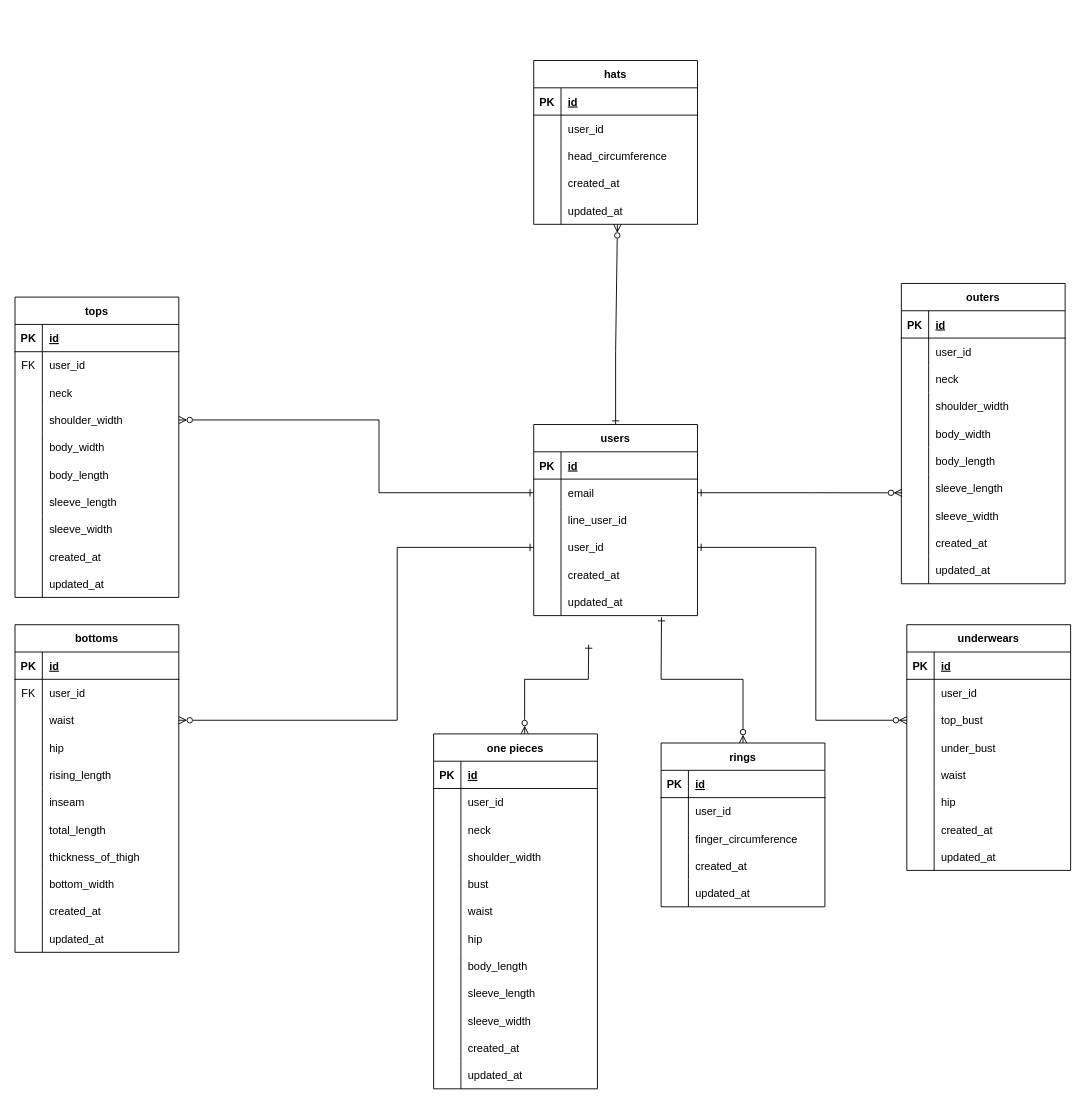
This is net_shopping.drawio from suzuki-yuka-27/net_shopping_size, a draw.io file, before an edit. Source tidied: cells renumbered, new cells numbered last; positions are measured from the earlier drawing's top-left corner, leaving out a move shared by most shapes. Both pictures are drawn from the tidied source at 91%, with x=0, y=0 at pixel (15, 60).
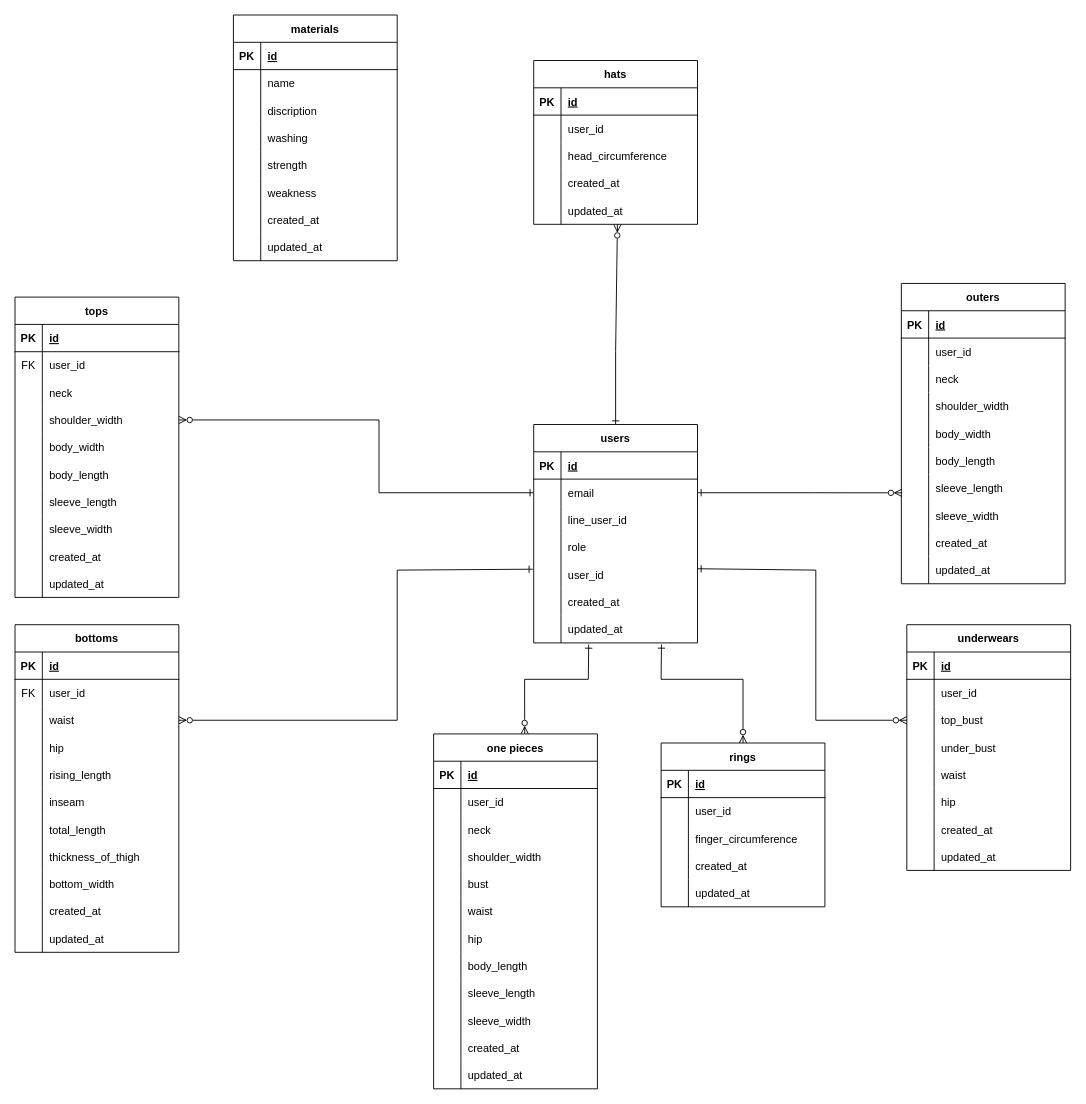
After the change.

Commit message:
net_shopping.drawio を更新します

Unchanged cells that the change refers to:
```xml
<mxCell id="59" style="shape=tableRow;horizontal=0;startSize=0;swimlaneHead=0;swimlaneBody=0;fillColor=none;points=[[0,0.5],[1,0.5]];portConstraint=eastwest;top=0;left=0;right=0;bottom=0;rounded=0;shadow=0;glass=0;sketch=0;" parent="52" vertex="1">
  <mxGeometry y="90" width="180" height="30" as="geometry" />
</mxCell>
<mxCell id="179" style="shape=tableRow;horizontal=0;startSize=0;swimlaneHead=0;swimlaneBody=0;fillColor=none;points=[[0,0.5],[1,0.5]];portConstraint=eastwest;top=0;left=0;right=0;bottom=0;rounded=0;shadow=0;glass=0;sketch=0;strokeWidth=1;" parent="172" vertex="1">
  <mxGeometry y="90" width="180" height="30" as="geometry" />
</mxCell>
```

Diff of the diagram source:
```diff
@@
     <mxCell id="2" value="users" style="shape=table;startSize=30;childLayout=tableLayout;rowLines=0;fontStyle=1;align=center;rounded=0;shadow=0;glass=0;sketch=0;gradientColor=none;" parent="1" vertex="1">
-      <mxGeometry x="570" y="400" width="180" height="210" as="geometry" />
+      <mxGeometry x="570" y="400" width="180" height="240" as="geometry" />
     </mxCell>
@@
+    <mxCell id="218" style="shape=tableRow;horizontal=0;startSize=0;swimlaneHead=0;swimlaneBody=0;fillColor=none;top=0;left=0;right=0;bottom=0;rounded=0;shadow=0;glass=0;sketch=0;strokeWidth=1;" parent="2" vertex="1">
+      <mxGeometry y="120" width="180" height="30" as="geometry" />
+    </mxCell>
+    <mxCell id="219" style="shape=partialRectangle;fillColor=none;top=0;left=0;bottom=0;right=0;overflow=hidden;rounded=0;shadow=0;glass=0;sketch=0;strokeWidth=1;" parent="218" vertex="1">
+      <mxGeometry width="30" height="30" as="geometry" />
+    </mxCell>
+    <mxCell id="220" value="role" style="shape=partialRectangle;fillColor=none;top=0;left=0;bottom=0;right=0;align=left;spacingLeft=6;overflow=hidden;rounded=0;shadow=0;glass=0;sketch=0;strokeWidth=1;" parent="218" vertex="1">
+      <mxGeometry x="30" width="150" height="30" as="geometry" />
+    </mxCell>
     <mxCell id="12" style="shape=tableRow;horizontal=0;startSize=0;swimlaneHead=0;swimlaneBody=0;fillColor=none;points=[[0,0.5],[1,0.5]];portConstraint=eastwest;top=0;left=0;right=0;bottom=0;rounded=0;shadow=0;glass=0;sketch=0;strokeWidth=1;" parent="2" vertex="1">
-      <mxGeometry y="120" width="180" height="30" as="geometry" />
+      <mxGeometry y="150" width="180" height="30" as="geometry" />
     </mxCell>
@@
     <mxCell id="15" style="shape=tableRow;horizontal=0;startSize=0;swimlaneHead=0;swimlaneBody=0;fillColor=none;top=0;left=0;right=0;bottom=0;rounded=0;shadow=0;glass=0;sketch=0;strokeWidth=1;" parent="2" vertex="1">
-      <mxGeometry y="150" width="180" height="30" as="geometry" />
+      <mxGeometry y="180" width="180" height="30" as="geometry" />
     </mxCell>
@@
     <mxCell id="18" style="shape=tableRow;horizontal=0;startSize=0;swimlaneHead=0;swimlaneBody=0;fillColor=none;points=[[0,0.5],[1,0.5]];portConstraint=eastwest;top=0;left=0;right=0;bottom=0;rounded=0;shadow=0;glass=0;sketch=0;strokeWidth=1;" parent="2" vertex="1">
-      <mxGeometry y="180" width="180" height="30" as="geometry" />
+      <mxGeometry y="210" width="180" height="30" as="geometry" />
     </mxCell>
@@
-    <mxCell id="87" style="endArrow=ERone;startArrow=ERzeroToMany;html=1;rounded=0;exitX=1;exitY=0.5;exitDx=0;exitDy=0;entryX=0;entryY=0.5;entryDx=0;entryDy=0;startFill=0;endFill=0;" parent="1" edge="1" source="59" target="12">
+    <mxCell id="87" style="endArrow=ERone;startArrow=ERzeroToMany;html=1;rounded=0;exitX=1;exitY=0.5;exitDx=0;exitDy=0;startFill=0;endFill=0;entryX=-0.006;entryY=0.3;entryDx=0;entryDy=0;entryPerimeter=0;" parent="1" edge="1" source="59" target="12">
       <mxGeometry relative="1" as="geometry">
         <Array as="points">
           <mxPoint x="420" y="725" />
-          <mxPoint x="420" y="535" />
+          <mxPoint x="420" y="560" />
         </Array>
       </mxGeometry>
     </mxCell>
@@
-    <mxCell id="216" style="endArrow=ERzeroToMany;startArrow=ERone;html=1;rounded=0;entryX=0;entryY=0.5;entryDx=0;entryDy=0;exitX=1;exitY=0.5;exitDx=0;exitDy=0;startFill=0;endFill=0;" parent="1" edge="1" source="12" target="179">
+    <mxCell id="216" style="endArrow=ERzeroToMany;startArrow=ERone;html=1;rounded=0;entryX=0;entryY=0.5;entryDx=0;entryDy=0;exitX=1;exitY=0.283;exitDx=0;exitDy=0;startFill=0;endFill=0;exitPerimeter=0;" parent="1" edge="1" source="12" target="179">
       <mxGeometry relative="1" as="geometry">
         <Array as="points">
-          <mxPoint x="880" y="535" />
+          <mxPoint x="880" y="560" />
           <mxPoint x="880" y="725" />
         </Array>
       </mxGeometry>
     </mxCell>
@@
+    <mxCell id="221" value="materials" style="shape=table;startSize=30;childLayout=tableLayout;rowLines=0;fontStyle=1;align=center;rounded=0;shadow=0;glass=0;sketch=0;gradientColor=none;" parent="1" vertex="1">
+      <mxGeometry x="240" y="-50" width="180" height="270" as="geometry" />
+    </mxCell>
+    <mxCell id="222" style="shape=tableRow;horizontal=0;startSize=0;swimlaneHead=0;swimlaneBody=0;fillColor=none;top=0;left=0;right=0;bottom=1;rounded=0;shadow=0;glass=0;sketch=0;" parent="221" vertex="1">
+      <mxGeometry y="30" width="180" height="30" as="geometry" />
+    </mxCell>
+    <mxCell id="223" value="PK" style="shape=partialRectangle;fillColor=none;top=0;left=0;bottom=0;right=0;fontStyle=1;overflow=hidden;rounded=0;shadow=0;glass=0;sketch=0;" parent="222" vertex="1">
+      <mxGeometry width="30" height="30" as="geometry" />
+    </mxCell>
+    <mxCell id="224" value="id" style="shape=partialRectangle;fillColor=none;top=0;left=0;bottom=0;right=0;align=left;spacingLeft=6;fontStyle=5;overflow=hidden;rounded=0;shadow=0;glass=0;sketch=0;" parent="222" vertex="1">
+      <mxGeometry x="30" width="150" height="30" as="geometry" />
+    </mxCell>
+    <mxCell id="225" style="shape=tableRow;horizontal=0;startSize=0;swimlaneHead=0;swimlaneBody=0;fillColor=none;top=0;left=0;right=0;bottom=0;rounded=0;shadow=0;glass=0;sketch=0;" parent="221" vertex="1">
+      <mxGeometry y="60" width="180" height="30" as="geometry" />
+    </mxCell>
+    <mxCell id="226" style="shape=partialRectangle;fillColor=none;top=0;left=0;bottom=0;right=0;overflow=hidden;rounded=0;shadow=0;glass=0;sketch=0;strokeColor=none;strokeWidth=1;" parent="225" vertex="1">
+      <mxGeometry width="30" height="30" as="geometry" />
+    </mxCell>
+    <mxCell id="227" value="name" style="shape=partialRectangle;fillColor=none;top=0;left=0;bottom=0;right=0;align=left;spacingLeft=6;overflow=hidden;rounded=0;shadow=0;glass=0;sketch=0;" parent="225" vertex="1">
+      <mxGeometry x="30" width="150" height="30" as="geometry" />
+    </mxCell>
+    <mxCell id="228" style="shape=tableRow;horizontal=0;startSize=0;swimlaneHead=0;swimlaneBody=0;fillColor=none;top=0;left=0;right=0;bottom=0;rounded=0;shadow=0;glass=0;sketch=0;" parent="221" vertex="1">
+      <mxGeometry y="90" width="180" height="30" as="geometry" />
+    </mxCell>
+    <mxCell id="229" style="shape=partialRectangle;fillColor=none;top=0;left=0;bottom=0;right=0;overflow=hidden;rounded=0;shadow=0;glass=0;sketch=0;" parent="228" vertex="1">
+      <mxGeometry width="30" height="30" as="geometry" />
+    </mxCell>
+    <mxCell id="230" value="discription" style="shape=partialRectangle;fillColor=none;top=0;left=0;bottom=0;right=0;align=left;spacingLeft=6;overflow=hidden;rounded=0;shadow=0;glass=0;sketch=0;" parent="228" vertex="1">
+      <mxGeometry x="30" width="150" height="30" as="geometry" />
+    </mxCell>
+    <mxCell id="231" style="shape=tableRow;horizontal=0;startSize=0;swimlaneHead=0;swimlaneBody=0;fillColor=none;top=0;left=0;right=0;bottom=0;rounded=0;shadow=0;glass=0;sketch=0;strokeWidth=1;" parent="221" vertex="1">
+      <mxGeometry y="120" width="180" height="30" as="geometry" />
+    </mxCell>
+    <mxCell id="232" style="shape=partialRectangle;fillColor=none;top=0;left=0;bottom=0;right=0;overflow=hidden;rounded=0;shadow=0;glass=0;sketch=0;strokeWidth=1;" parent="231" vertex="1">
+      <mxGeometry width="30" height="30" as="geometry" />
+    </mxCell>
+    <mxCell id="233" value="washing" style="shape=partialRectangle;fillColor=none;top=0;left=0;bottom=0;right=0;align=left;spacingLeft=6;overflow=hidden;rounded=0;shadow=0;glass=0;sketch=0;strokeWidth=1;" parent="231" vertex="1">
+      <mxGeometry x="30" width="150" height="30" as="geometry" />
+    </mxCell>
+    <mxCell id="234" style="shape=tableRow;horizontal=0;startSize=0;swimlaneHead=0;swimlaneBody=0;fillColor=none;top=0;left=0;right=0;bottom=0;rounded=0;shadow=0;glass=0;sketch=0;strokeWidth=1;" parent="221" vertex="1">
+      <mxGeometry y="150" width="180" height="30" as="geometry" />
+    </mxCell>
+    <mxCell id="235" style="shape=partialRectangle;fillColor=none;top=0;left=0;bottom=0;right=0;overflow=hidden;rounded=0;shadow=0;glass=0;sketch=0;strokeWidth=1;" parent="234" vertex="1">
+      <mxGeometry width="30" height="30" as="geometry" />
+    </mxCell>
+    <mxCell id="236" value="strength" style="shape=partialRectangle;fillColor=none;top=0;left=0;bottom=0;right=0;align=left;spacingLeft=6;overflow=hidden;rounded=0;shadow=0;glass=0;sketch=0;strokeWidth=1;" parent="234" vertex="1">
+      <mxGeometry x="30" width="150" height="30" as="geometry" />
+    </mxCell>
+    <mxCell id="237" style="shape=tableRow;horizontal=0;startSize=0;swimlaneHead=0;swimlaneBody=0;fillColor=none;top=0;left=0;right=0;bottom=0;rounded=0;shadow=0;glass=0;sketch=0;strokeWidth=1;" parent="221" vertex="1">
+      <mxGeometry y="180" width="180" height="30" as="geometry" />
+    </mxCell>
+    <mxCell id="238" style="shape=partialRectangle;fillColor=none;top=0;left=0;bottom=0;right=0;overflow=hidden;rounded=0;shadow=0;glass=0;sketch=0;strokeWidth=1;" parent="237" vertex="1">
+      <mxGeometry width="30" height="30" as="geometry" />
+    </mxCell>
+    <mxCell id="239" value="weakness" style="shape=partialRectangle;fillColor=none;top=0;left=0;bottom=0;right=0;align=left;spacingLeft=6;overflow=hidden;rounded=0;shadow=0;glass=0;sketch=0;strokeWidth=1;" parent="237" vertex="1">
+      <mxGeometry x="30" width="150" height="30" as="geometry" />
+    </mxCell>
+    <mxCell id="240" style="shape=tableRow;horizontal=0;startSize=0;swimlaneHead=0;swimlaneBody=0;fillColor=none;top=0;left=0;right=0;bottom=0;rounded=0;shadow=0;glass=0;sketch=0;" parent="221" vertex="1">
+      <mxGeometry y="210" width="180" height="30" as="geometry" />
+    </mxCell>
+    <mxCell id="241" style="shape=partialRectangle;fillColor=none;top=0;left=0;bottom=0;right=0;overflow=hidden;rounded=0;shadow=0;glass=0;sketch=0;" parent="240" vertex="1">
+      <mxGeometry width="30" height="30" as="geometry" />
+    </mxCell>
+    <mxCell id="242" value="created_at" style="shape=partialRectangle;fillColor=none;top=0;left=0;bottom=0;right=0;align=left;spacingLeft=6;overflow=hidden;rounded=0;shadow=0;glass=0;sketch=0;" parent="240" vertex="1">
+      <mxGeometry x="30" width="150" height="30" as="geometry" />
+    </mxCell>
+    <mxCell id="243" style="shape=tableRow;horizontal=0;startSize=0;swimlaneHead=0;swimlaneBody=0;fillColor=none;top=0;left=0;right=0;bottom=0;rounded=0;shadow=0;glass=0;sketch=0;strokeWidth=1;" parent="221" vertex="1">
+      <mxGeometry y="240" width="180" height="30" as="geometry" />
+    </mxCell>
+    <mxCell id="244" style="shape=partialRectangle;fillColor=none;top=0;left=0;bottom=0;right=0;overflow=hidden;rounded=0;shadow=0;glass=0;sketch=0;strokeWidth=1;" parent="243" vertex="1">
+      <mxGeometry width="30" height="30" as="geometry" />
+    </mxCell>
+    <mxCell id="245" value="updated_at" style="shape=partialRectangle;fillColor=none;top=0;left=0;bottom=0;right=0;align=left;spacingLeft=6;overflow=hidden;rounded=0;shadow=0;glass=0;sketch=0;strokeWidth=1;" parent="243" vertex="1">
+      <mxGeometry x="30" width="150" height="30" as="geometry" />
+    </mxCell>
```
